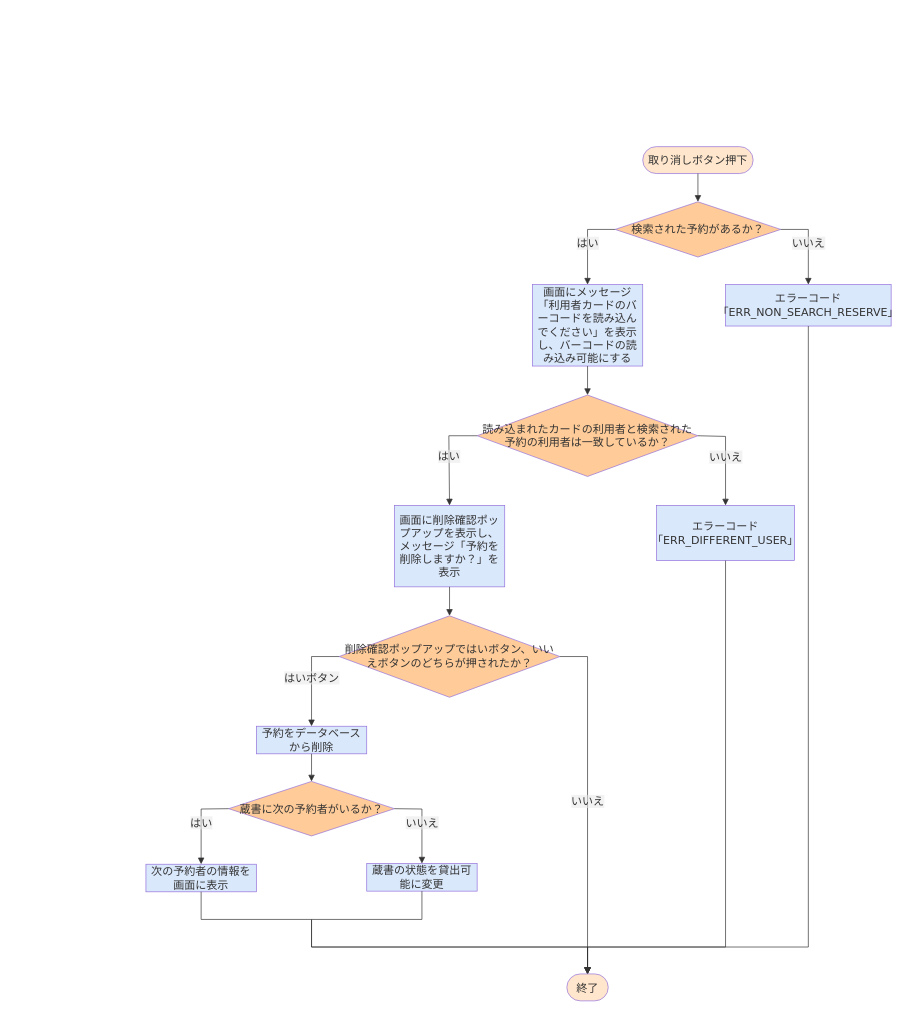
rs002421-creator/- keeps this draw.io diagram as 詳細設計書/7班/flowchart/予約取り消し.drawio. Above is the earlier version. Source tidied: cells renumbered, new cells numbered last; positions are measured from the earlier drawing's top-left corner, leaving out a move shared by most shapes. Both pictures are drawn from the tidied source at 69%, with x=0, y=0 at pixel (146, 146).
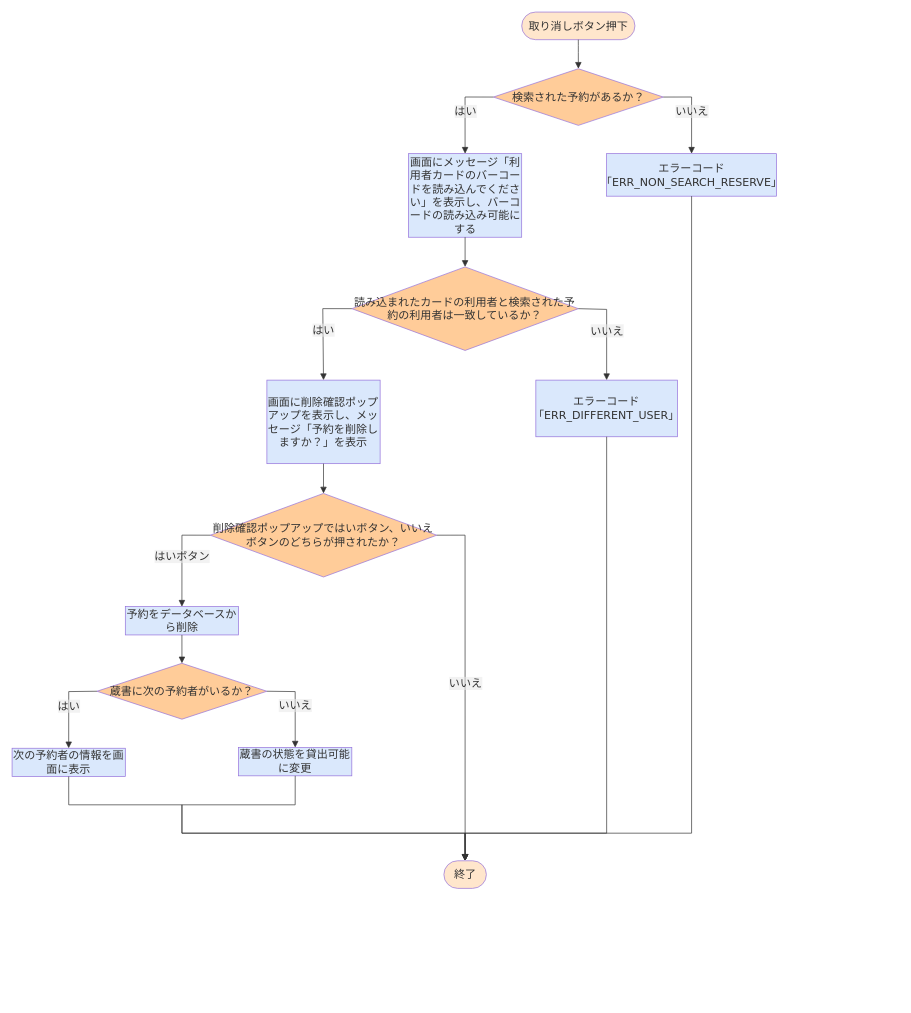
Above is the later version.

Diff of the diagram source:
```diff
@@
+    <mxCell id="31" style="group;fontSize=16;" parent="1" vertex="1">
+      <mxGeometry x="-194" y="-195" width="1107.9" height="1270" as="geometry" />
+    </mxCell>
-    <mxCell id="2" value="取り消しボタン押下" style="html=1;rounded=1;whiteSpace=wrap;arcSize=50;strokeWidth=1;fillColor=light-dark(#FFE6CC,#1F2020);strokeColor=light-dark(#9370DB,#cccccc);fontColor=light-dark(#333333,#cccccc);fontFamily=Trebuchet MS,Verdana,Arial,sans-serif;fontSize=16;" parent="1" vertex="1">
-      <mxGeometry x="720" width="160" height="39" as="geometry" />
+    <mxCell id="2" value="取り消しボタン押下" style="html=1;rounded=1;whiteSpace=wrap;arcSize=50;strokeWidth=1;fillColor=light-dark(#FFE6CC,#1F2020);strokeColor=light-dark(#9370DB,#cccccc);fontColor=light-dark(#333333,#cccccc);fontFamily=Trebuchet MS,Verdana,Arial,sans-serif;fontSize=16;" parent="31" vertex="1">
+      <mxGeometry x="738.6" width="164.1" height="40" as="geometry" />
     </mxCell>
-    <mxCell id="3" value="検索された予約があるか？" style="rhombus;html=1;strokeWidth=1;whiteSpace=wrap;fillColor=light-dark(#FFCC99,#1F2020);strokeColor=light-dark(#9370DB,#cccccc);fontColor=light-dark(#333333,#cccccc);fontFamily=Trebuchet MS,Verdana,Arial,sans-serif;fontSize=16;" parent="1" vertex="1">
-      <mxGeometry x="680" y="80" width="240" height="80" as="geometry" />
+    <mxCell id="3" value="検索された予約があるか？" style="rhombus;html=1;strokeWidth=1;whiteSpace=wrap;fillColor=light-dark(#FFCC99,#1F2020);strokeColor=light-dark(#9370DB,#cccccc);fontColor=light-dark(#333333,#cccccc);fontFamily=Trebuchet MS,Verdana,Arial,sans-serif;fontSize=16;" parent="31" vertex="1">
+      <mxGeometry x="697.6" y="82.1" width="246.2" height="82.1" as="geometry" />
     </mxCell>
-    <mxCell id="4" value="画面にメッセージ「利用者カードのバーコードを読み込んでください」を表示し、バーコードの読み込み可能にする" style="html=1;whiteSpace=wrap;strokeWidth=1;fillColor=light-dark(#DAE8FC,#1F2020);strokeColor=light-dark(#9370DB,#cccccc);fontColor=light-dark(#333333,#cccccc);fontFamily=Trebuchet MS,Verdana,Arial,sans-serif;fontSize=16;" parent="1" vertex="1">
-      <mxGeometry x="560" y="200" width="160" height="118" as="geometry" />
+    <mxCell id="4" value="画面にメッセージ「利用者カードのバーコードを読み込んでください」を表示し、バーコードの読み込み可能にする" style="html=1;whiteSpace=wrap;strokeWidth=1;fillColor=light-dark(#DAE8FC,#1F2020);strokeColor=light-dark(#9370DB,#cccccc);fontColor=light-dark(#333333,#cccccc);fontFamily=Trebuchet MS,Verdana,Arial,sans-serif;fontSize=16;" parent="31" vertex="1">
+      <mxGeometry x="574.5" y="205.2" width="164.1" height="121.1" as="geometry" />
     </mxCell>
-    <mxCell id="5" value="エラーコード「ERR_NON_SEARCH_RESERVE」" style="html=1;whiteSpace=wrap;strokeWidth=1;fillColor=light-dark(#DAE8FC,#1F2020);strokeColor=light-dark(#9370DB,#CCCCCC);fontColor=light-dark(#333333,#cccccc);fontFamily=Trebuchet MS,Verdana,Arial,sans-serif;fontSize=16;perimeterSpacing=0;" parent="1" vertex="1">
-      <mxGeometry x="840" y="200" width="240" height="60" as="geometry" />
+    <mxCell id="5" value="エラーコード「ERR_NON_SEARCH_RESERVE」" style="html=1;whiteSpace=wrap;strokeWidth=1;fillColor=light-dark(#DAE8FC,#1F2020);strokeColor=light-dark(#9370DB,#CCCCCC);fontColor=light-dark(#333333,#cccccc);fontFamily=Trebuchet MS,Verdana,Arial,sans-serif;fontSize=16;perimeterSpacing=0;" parent="31" vertex="1">
+      <mxGeometry x="861.7" y="205.2" width="246.2" height="61.6" as="geometry" />
     </mxCell>
-    <mxCell id="6" value="読み込まれたカードの利用者と検索された予約の利用者は一致しているか？" style="rhombus;html=1;strokeWidth=1;whiteSpace=wrap;fillColor=light-dark(#FFCC99,#1F2020);strokeColor=light-dark(#9370DB,#cccccc);fontColor=light-dark(#333333,#cccccc);fontFamily=Trebuchet MS,Verdana,Arial,sans-serif;fontSize=16;" parent="1" vertex="1">
-      <mxGeometry x="480" y="360" width="320" height="118" as="geometry" />
+    <mxCell id="6" value="読み込まれたカードの利用者と検索された予約の利用者は一致しているか？" style="rhombus;html=1;strokeWidth=1;whiteSpace=wrap;fillColor=light-dark(#FFCC99,#1F2020);strokeColor=light-dark(#9370DB,#cccccc);fontColor=light-dark(#333333,#cccccc);fontFamily=Trebuchet MS,Verdana,Arial,sans-serif;fontSize=16;" parent="31" vertex="1">
+      <mxGeometry x="492.4" y="369.3" width="328.3" height="121.1" as="geometry" />
     </mxCell>
-    <mxCell id="7" value="画面に削除確認ポップアップを表示し、メッセージ「予約を削除しますか？」を表示" style="html=1;whiteSpace=wrap;strokeWidth=1;fillColor=light-dark(#DAE8FC,#1F2020);strokeColor=light-dark(#9370DB,#cccccc);fontColor=light-dark(#333333,#cccccc);fontFamily=Trebuchet MS,Verdana,Arial,sans-serif;fontSize=16;" parent="1" vertex="1">
-      <mxGeometry x="360" y="520" width="160" height="118" as="geometry" />
+    <mxCell id="7" value="画面に削除確認ポップアップを表示し、メッセージ「予約を削除しますか？」を表示" style="html=1;whiteSpace=wrap;strokeWidth=1;fillColor=light-dark(#DAE8FC,#1F2020);strokeColor=light-dark(#9370DB,#cccccc);fontColor=light-dark(#333333,#cccccc);fontFamily=Trebuchet MS,Verdana,Arial,sans-serif;fontSize=16;" parent="31" vertex="1">
+      <mxGeometry x="369.3" y="533.4" width="164.1" height="121.1" as="geometry" />
     </mxCell>
-    <mxCell id="8" value="エラーコード「ERR_DIFFERENT_USER」" style="html=1;whiteSpace=wrap;strokeWidth=1;fillColor=light-dark(#DAE8FC,#1F2020);strokeColor=light-dark(#9370DB,#cccccc);fontColor=light-dark(#333333,#cccccc);fontFamily=Trebuchet MS,Verdana,Arial,sans-serif;fontSize=16;" parent="1" vertex="1">
-      <mxGeometry x="740" y="520" width="200" height="80" as="geometry" />
+    <mxCell id="8" value="エラーコード「ERR_DIFFERENT_USER」" style="html=1;whiteSpace=wrap;strokeWidth=1;fillColor=light-dark(#DAE8FC,#1F2020);strokeColor=light-dark(#9370DB,#cccccc);fontColor=light-dark(#333333,#cccccc);fontFamily=Trebuchet MS,Verdana,Arial,sans-serif;fontSize=16;" parent="31" vertex="1">
+      <mxGeometry x="759.1" y="533.4" width="205.2" height="82.1" as="geometry" />
     </mxCell>
-    <mxCell id="9" value="削除確認ポップアップではいボタン、いいえボタンのどちらが押されたか？" style="rhombus;html=1;strokeWidth=1;whiteSpace=wrap;fillColor=light-dark(#FFCC99,#1F2020);strokeColor=light-dark(#9370DB,#cccccc);fontColor=light-dark(#333333,#cccccc);fontFamily=Trebuchet MS,Verdana,Arial,sans-serif;fontSize=16;" parent="1" vertex="1">
-      <mxGeometry x="280" y="680" width="320" height="118" as="geometry" />
+    <mxCell id="9" value="削除確認ポップアップではいボタン、いいえボタンのどちらが押されたか？" style="rhombus;html=1;strokeWidth=1;whiteSpace=wrap;fillColor=light-dark(#FFCC99,#1F2020);strokeColor=light-dark(#9370DB,#cccccc);fontColor=light-dark(#333333,#cccccc);fontFamily=Trebuchet MS,Verdana,Arial,sans-serif;fontSize=16;" parent="31" vertex="1">
+      <mxGeometry x="287.2" y="697.6" width="328.3" height="121.1" as="geometry" />
     </mxCell>
-    <mxCell id="10" value="予約をデータベースから削除" style="html=1;whiteSpace=wrap;strokeWidth=1;fillColor=light-dark(#DAE8FC,#1F2020);strokeColor=light-dark(#9370DB,#cccccc);fontColor=light-dark(#333333,#cccccc);fontFamily=Trebuchet MS,Verdana,Arial,sans-serif;fontSize=16;" parent="1" vertex="1">
-      <mxGeometry x="160" y="840" width="160" height="40" as="geometry" />
+    <mxCell id="10" value="予約をデータベースから削除" style="html=1;whiteSpace=wrap;strokeWidth=1;fillColor=light-dark(#DAE8FC,#1F2020);strokeColor=light-dark(#9370DB,#cccccc);fontColor=light-dark(#333333,#cccccc);fontFamily=Trebuchet MS,Verdana,Arial,sans-serif;fontSize=16;" parent="31" vertex="1">
+      <mxGeometry x="164.1" y="861.7" width="164.1" height="41" as="geometry" />
     </mxCell>
-    <mxCell id="11" value="蔵書に次の予約者がいるか？" style="rhombus;html=1;strokeWidth=1;whiteSpace=wrap;fillColor=light-dark(#FFCC99,#1F2020);strokeColor=light-dark(#9370DB,#cccccc);fontColor=light-dark(#333333,#cccccc);fontFamily=Trebuchet MS,Verdana,Arial,sans-serif;fontSize=16;" parent="1" vertex="1">
-      <mxGeometry x="120" y="920" width="240" height="79" as="geometry" />
+    <mxCell id="11" value="蔵書に次の予約者がいるか？" style="rhombus;html=1;strokeWidth=1;whiteSpace=wrap;fillColor=light-dark(#FFCC99,#1F2020);strokeColor=light-dark(#9370DB,#cccccc);fontColor=light-dark(#333333,#cccccc);fontFamily=Trebuchet MS,Verdana,Arial,sans-serif;fontSize=16;" parent="31" vertex="1">
+      <mxGeometry x="123.1" y="943.8" width="246.2" height="81" as="geometry" />
     </mxCell>
-    <mxCell id="12" value="次の予約者の情報を画面に表示" style="html=1;whiteSpace=wrap;strokeWidth=1;fillColor=light-dark(#DAE8FC,#1F2020);strokeColor=light-dark(#9370DB,#cccccc);fontColor=light-dark(#333333,#cccccc);fontFamily=Trebuchet MS,Verdana,Arial,sans-serif;fontSize=16;" parent="1" vertex="1">
-      <mxGeometry y="1040" width="160" height="40" as="geometry" />
+    <mxCell id="12" value="次の予約者の情報を画面に表示" style="html=1;whiteSpace=wrap;strokeWidth=1;fillColor=light-dark(#DAE8FC,#1F2020);strokeColor=light-dark(#9370DB,#cccccc);fontColor=light-dark(#333333,#cccccc);fontFamily=Trebuchet MS,Verdana,Arial,sans-serif;fontSize=16;" parent="31" vertex="1">
+      <mxGeometry y="1066.9" width="164.1" height="41" as="geometry" />
     </mxCell>
-    <mxCell id="13" value="蔵書の状態を貸出可能に変更" style="html=1;whiteSpace=wrap;strokeWidth=1;fillColor=light-dark(#DAE8FC,#1F2020);strokeColor=light-dark(#9370DB,#cccccc);fontColor=light-dark(#333333,#cccccc);fontFamily=Trebuchet MS,Verdana,Arial,sans-serif;fontSize=16;" parent="1" vertex="1">
-      <mxGeometry x="320" y="1039" width="160" height="40" as="geometry" />
+    <mxCell id="13" value="蔵書の状態を貸出可能に変更" style="html=1;whiteSpace=wrap;strokeWidth=1;fillColor=light-dark(#DAE8FC,#1F2020);strokeColor=light-dark(#9370DB,#cccccc);fontColor=light-dark(#333333,#cccccc);fontFamily=Trebuchet MS,Verdana,Arial,sans-serif;fontSize=16;" parent="31" vertex="1">
+      <mxGeometry x="328.3" y="1065.9" width="164.1" height="41" as="geometry" />
     </mxCell>
-    <mxCell id="14" value="終了" style="html=1;rounded=1;whiteSpace=wrap;arcSize=50;strokeWidth=1;fillColor=light-dark(#FFE6CC,#1F2020);strokeColor=light-dark(#9370DB,#cccccc);fontColor=light-dark(#333333,#cccccc);fontFamily=Trebuchet MS,Verdana,Arial,sans-serif;fontSize=16;" parent="1" vertex="1">
-      <mxGeometry x="610" y="1199" width="60" height="39" as="geometry" />
+    <mxCell id="14" value="終了" style="html=1;rounded=1;whiteSpace=wrap;arcSize=50;strokeWidth=1;fillColor=light-dark(#FFE6CC,#1F2020);strokeColor=light-dark(#9370DB,#cccccc);fontColor=light-dark(#333333,#cccccc);fontFamily=Trebuchet MS,Verdana,Arial,sans-serif;fontSize=16;" parent="31" vertex="1">
+      <mxGeometry x="625.8" y="1230" width="61.6" height="40" as="geometry" />
     </mxCell>
-    <mxCell id="15" style="curved=1;startArrow=none;endArrow=block;endSize=7;strokeColor=light-dark(#333333,#cccccc);exitX=0.5;exitY=1;entryX=0.5;entryY=0;rounded=0;" parent="1" edge="1" source="2" target="3">
+    <mxCell id="15" style="curved=1;startArrow=none;endArrow=block;endSize=7;strokeColor=light-dark(#333333,#cccccc);exitX=0.5;exitY=1;entryX=0.5;entryY=0;rounded=0;fontSize=16;" parent="31" edge="1" source="2" target="3">
       <mxGeometry relative="1" as="geometry" />
     </mxCell>
-    <mxCell id="16" value="はい" style="curved=0;startArrow=none;endArrow=block;endSize=7;strokeColor=light-dark(#333333,#cccccc);html=1;fontSize=16;labelBackgroundColor=light-dark(#E8E8E88D,#2a2a2a8D);fontFamily=Trebuchet MS,Verdana,Arial,sans-serif;fontColor=light-dark(#333333,#cccccc);exitX=0;exitY=0.5;entryX=0.5;entryY=0;rounded=0;exitDx=0;exitDy=0;" parent="1" edge="1" source="3" target="4">
+    <mxCell id="16" value="はい" style="curved=0;startArrow=none;endArrow=block;endSize=7;strokeColor=light-dark(#333333,#cccccc);html=1;fontSize=16;labelBackgroundColor=light-dark(#E8E8E88D,#2a2a2a8D);fontFamily=Trebuchet MS,Verdana,Arial,sans-serif;fontColor=light-dark(#333333,#cccccc);exitX=0;exitY=0.5;entryX=0.5;entryY=0;rounded=0;exitDx=0;exitDy=0;" parent="31" edge="1" source="3" target="4">
       <mxGeometry relative="1" as="geometry">
         <Array as="points">
-          <mxPoint x="640" y="120" />
+          <mxPoint x="656.5" y="123.1" />
         </Array>
       </mxGeometry>
     </mxCell>
-    <mxCell id="17" value="いいえ" style="curved=0;startArrow=none;endArrow=block;endSize=7;strokeColor=light-dark(#333333,#cccccc);html=1;fontSize=16;labelBackgroundColor=light-dark(#E8E8E88D,#2a2a2a8D);fontFamily=Trebuchet MS,Verdana,Arial,sans-serif;fontColor=light-dark(#333333,#cccccc);exitX=1;exitY=0.5;entryX=0.5;entryY=0;rounded=0;exitDx=0;exitDy=0;" parent="1" edge="1" source="3" target="5">
+    <mxCell id="17" value="いいえ" style="curved=0;startArrow=none;endArrow=block;endSize=7;strokeColor=light-dark(#333333,#cccccc);html=1;fontSize=16;labelBackgroundColor=light-dark(#E8E8E88D,#2a2a2a8D);fontFamily=Trebuchet MS,Verdana,Arial,sans-serif;fontColor=light-dark(#333333,#cccccc);exitX=1;exitY=0.5;entryX=0.5;entryY=0;rounded=0;exitDx=0;exitDy=0;" parent="31" edge="1" source="3" target="5">
       <mxGeometry relative="1" as="geometry">
         <Array as="points">
-          <mxPoint x="960" y="120" />
+          <mxPoint x="984.8" y="123.1" />
         </Array>
       </mxGeometry>
     </mxCell>
-    <mxCell id="18" style="curved=0;startArrow=none;endArrow=block;endSize=7;strokeColor=light-dark(#333333,#cccccc);exitX=0.5;exitY=1;entryX=0.5;entryY=0;rounded=0;" parent="1" edge="1" source="4" target="6">
+    <mxCell id="18" style="curved=0;startArrow=none;endArrow=block;endSize=7;strokeColor=light-dark(#333333,#cccccc);exitX=0.5;exitY=1;entryX=0.5;entryY=0;rounded=0;fontSize=16;" parent="31" edge="1" source="4" target="6">
       <mxGeometry relative="1" as="geometry" />
     </mxCell>
-    <mxCell id="19" value="はい" style="curved=0;startArrow=none;endArrow=block;endSize=7;strokeColor=light-dark(#333333,#cccccc);html=1;fontSize=16;labelBackgroundColor=light-dark(#E8E8E88D,#2a2a2a8D);fontFamily=Trebuchet MS,Verdana,Arial,sans-serif;fontColor=light-dark(#333333,#cccccc);exitX=0;exitY=0.5;entryX=0.5;entryY=0;rounded=0;exitDx=0;exitDy=0;" parent="1" edge="1" source="6" target="7">
+    <mxCell id="19" value="はい" style="curved=0;startArrow=none;endArrow=block;endSize=7;strokeColor=light-dark(#333333,#cccccc);html=1;fontSize=16;labelBackgroundColor=light-dark(#E8E8E88D,#2a2a2a8D);fontFamily=Trebuchet MS,Verdana,Arial,sans-serif;fontColor=light-dark(#333333,#cccccc);exitX=0;exitY=0.5;entryX=0.5;entryY=0;rounded=0;exitDx=0;exitDy=0;" parent="31" edge="1" source="6" target="7">
       <mxGeometry relative="1" as="geometry">
         <Array as="points">
-          <mxPoint x="439" y="419" />
+          <mxPoint x="450.3" y="429.8" />
         </Array>
       </mxGeometry>
     </mxCell>
-    <mxCell id="20" value="いいえ" style="curved=0;startArrow=none;endArrow=block;endSize=7;strokeColor=light-dark(#333333,#cccccc);html=1;fontSize=16;labelBackgroundColor=light-dark(#E8E8E88D,#2a2a2a8D);fontFamily=Trebuchet MS,Verdana,Arial,sans-serif;fontColor=light-dark(#333333,#cccccc);exitX=1;exitY=0.5;entryX=0.5;entryY=0;rounded=0;exitDx=0;exitDy=0;" parent="1" edge="1" source="6" target="8">
+    <mxCell id="20" value="いいえ" style="curved=0;startArrow=none;endArrow=block;endSize=7;strokeColor=light-dark(#333333,#cccccc);html=1;fontSize=16;labelBackgroundColor=light-dark(#E8E8E88D,#2a2a2a8D);fontFamily=Trebuchet MS,Verdana,Arial,sans-serif;fontColor=light-dark(#333333,#cccccc);exitX=1;exitY=0.5;entryX=0.5;entryY=0;rounded=0;exitDx=0;exitDy=0;" parent="31" edge="1" source="6" target="8">
       <mxGeometry relative="1" as="geometry">
         <Array as="points">
-          <mxPoint x="840" y="420" />
+          <mxPoint x="861.7" y="430.9" />
         </Array>
       </mxGeometry>
     </mxCell>
-    <mxCell id="21" style="curved=0;startArrow=none;endArrow=block;endSize=7;strokeColor=light-dark(#333333,#cccccc);exitX=0.5;exitY=1;entryX=0.5;entryY=0;rounded=0;" parent="1" edge="1" source="7" target="9">
+    <mxCell id="21" style="curved=0;startArrow=none;endArrow=block;endSize=7;strokeColor=light-dark(#333333,#cccccc);exitX=0.5;exitY=1;entryX=0.5;entryY=0;rounded=0;fontSize=16;" parent="31" edge="1" source="7" target="9">
       <mxGeometry relative="1" as="geometry" />
     </mxCell>
-    <mxCell id="22" value="はいボタン" style="curved=0;startArrow=none;endArrow=block;endSize=7;strokeColor=light-dark(#333333,#cccccc);html=1;fontSize=16;labelBackgroundColor=light-dark(#E8E8E88D,#2a2a2a8D);fontFamily=Trebuchet MS,Verdana,Arial,sans-serif;fontColor=light-dark(#333333,#cccccc);exitX=0;exitY=0.5;entryX=0.5;entryY=0;rounded=0;exitDx=0;exitDy=0;" parent="1" edge="1" source="9" target="10">
+    <mxCell id="22" value="はいボタン" style="curved=0;startArrow=none;endArrow=block;endSize=7;strokeColor=light-dark(#333333,#cccccc);html=1;fontSize=16;labelBackgroundColor=light-dark(#E8E8E88D,#2a2a2a8D);fontFamily=Trebuchet MS,Verdana,Arial,sans-serif;fontColor=light-dark(#333333,#cccccc);exitX=0;exitY=0.5;entryX=0.5;entryY=0;rounded=0;exitDx=0;exitDy=0;" parent="31" edge="1" source="9" target="10">
       <mxGeometry relative="1" as="geometry">
         <Array as="points">
-          <mxPoint x="240" y="739" />
+          <mxPoint x="246.2" y="758.1" />
         </Array>
       </mxGeometry>
     </mxCell>
-    <mxCell id="23" style="curved=0;startArrow=none;endArrow=block;endSize=7;strokeColor=light-dark(#333333,#cccccc);exitX=0.5;exitY=1;entryX=0.5;entryY=0;rounded=0;" parent="1" edge="1" source="10" target="11">
+    <mxCell id="23" style="curved=0;startArrow=none;endArrow=block;endSize=7;strokeColor=light-dark(#333333,#cccccc);exitX=0.5;exitY=1;entryX=0.5;entryY=0;rounded=0;fontSize=16;" parent="31" edge="1" source="10" target="11">
       <mxGeometry relative="1" as="geometry" />
     </mxCell>
-    <mxCell id="24" value="はい" style="curved=0;startArrow=none;endArrow=block;endSize=7;strokeColor=light-dark(#333333,#cccccc);html=1;fontSize=16;labelBackgroundColor=light-dark(#E8E8E88D,#2a2a2a8D);fontFamily=Trebuchet MS,Verdana,Arial,sans-serif;fontColor=light-dark(#333333,#cccccc);exitX=0;exitY=0.5;entryX=0.5;entryY=0;rounded=0;exitDx=0;exitDy=0;" parent="1" edge="1" source="11" target="12">
+    <mxCell id="24" value="はい" style="curved=0;startArrow=none;endArrow=block;endSize=7;strokeColor=light-dark(#333333,#cccccc);html=1;fontSize=16;labelBackgroundColor=light-dark(#E8E8E88D,#2a2a2a8D);fontFamily=Trebuchet MS,Verdana,Arial,sans-serif;fontColor=light-dark(#333333,#cccccc);exitX=0;exitY=0.5;entryX=0.5;entryY=0;rounded=0;exitDx=0;exitDy=0;" parent="31" edge="1" source="11" target="12">
       <mxGeometry relative="1" as="geometry">
         <Array as="points">
-          <mxPoint x="80" y="960" />
+          <mxPoint x="82.1" y="984.8" />
         </Array>
       </mxGeometry>
     </mxCell>
-    <mxCell id="25" value="いいえ" style="curved=0;startArrow=none;endArrow=block;endSize=7;strokeColor=light-dark(#333333,#cccccc);html=1;fontSize=16;labelBackgroundColor=light-dark(#E8E8E88D,#2a2a2a8D);fontFamily=Trebuchet MS,Verdana,Arial,sans-serif;fontColor=light-dark(#333333,#cccccc);exitX=1;exitY=0.5;entryX=0.5;entryY=0;rounded=0;exitDx=0;exitDy=0;" parent="1" edge="1" source="11" target="13">
+    <mxCell id="25" value="いいえ" style="curved=0;startArrow=none;endArrow=block;endSize=7;strokeColor=light-dark(#333333,#cccccc);html=1;fontSize=16;labelBackgroundColor=light-dark(#E8E8E88D,#2a2a2a8D);fontFamily=Trebuchet MS,Verdana,Arial,sans-serif;fontColor=light-dark(#333333,#cccccc);exitX=1;exitY=0.5;entryX=0.5;entryY=0;rounded=0;exitDx=0;exitDy=0;" parent="31" edge="1" source="11" target="13">
       <mxGeometry relative="1" as="geometry">
         <Array as="points">
-          <mxPoint x="400" y="960" />
+          <mxPoint x="410.3" y="984.8" />
         </Array>
       </mxGeometry>
     </mxCell>
-    <mxCell id="26" style="curved=0;startArrow=none;endArrow=block;endSize=7;strokeColor=light-dark(#333333,#cccccc);exitX=0.5;exitY=1;entryX=0.5;entryY=0;rounded=0;entryDx=0;entryDy=0;" parent="1" edge="1" source="12" target="14">
+    <mxCell id="26" style="curved=0;startArrow=none;endArrow=block;endSize=7;strokeColor=light-dark(#333333,#cccccc);exitX=0.5;exitY=1;entryX=0.5;entryY=0;rounded=0;entryDx=0;entryDy=0;fontSize=16;" parent="31" edge="1" source="12" target="14">
       <mxGeometry relative="1" as="geometry">
         <Array as="points">
-          <mxPoint x="80" y="1120" />
-          <mxPoint x="240" y="1120" />
-          <mxPoint x="240" y="1160" />
-          <mxPoint x="640" y="1160" />
+          <mxPoint x="82.1" y="1148.9" />
+          <mxPoint x="246.2" y="1148.9" />
+          <mxPoint x="246.2" y="1190" />
+          <mxPoint x="656.5" y="1190" />
         </Array>
       </mxGeometry>
     </mxCell>
-    <mxCell id="27" style="curved=0;startArrow=none;endArrow=block;endSize=7;strokeColor=light-dark(#333333,#cccccc);exitX=0.5;exitY=1;entryX=0.5;entryY=0;rounded=0;entryDx=0;entryDy=0;" parent="1" edge="1" source="5" target="14">
+    <mxCell id="27" style="curved=0;startArrow=none;endArrow=block;endSize=7;strokeColor=light-dark(#333333,#cccccc);exitX=0.5;exitY=1;entryX=0.5;entryY=0;rounded=0;entryDx=0;entryDy=0;fontSize=16;" parent="31" edge="1" source="5" target="14">
       <mxGeometry relative="1" as="geometry">
         <Array as="points">
-          <mxPoint x="960" y="1160" />
-          <mxPoint x="640" y="1160" />
+          <mxPoint x="984.8" y="1190" />
+          <mxPoint x="656.5" y="1190" />
         </Array>
       </mxGeometry>
     </mxCell>
-    <mxCell id="28" style="curved=0;startArrow=none;endArrow=block;endSize=7;strokeColor=light-dark(#333333,#cccccc);exitX=0.5;exitY=1;entryX=0.5;entryY=0;rounded=0;entryDx=0;entryDy=0;" parent="1" edge="1" source="13" target="14">
+    <mxCell id="28" style="curved=0;startArrow=none;endArrow=block;endSize=7;strokeColor=light-dark(#333333,#cccccc);exitX=0.5;exitY=1;entryX=0.5;entryY=0;rounded=0;entryDx=0;entryDy=0;fontSize=16;" parent="31" edge="1" source="13" target="14">
       <mxGeometry relative="1" as="geometry">
         <Array as="points">
-          <mxPoint x="400" y="1120" />
-          <mxPoint x="240" y="1120" />
-          <mxPoint x="240" y="1160" />
-          <mxPoint x="640" y="1160" />
+          <mxPoint x="410.3" y="1148.9" />
+          <mxPoint x="246.2" y="1148.9" />
+          <mxPoint x="246.2" y="1190" />
+          <mxPoint x="656.5" y="1190" />
         </Array>
       </mxGeometry>
     </mxCell>
-    <mxCell id="29" style="curved=0;startArrow=none;endArrow=block;endSize=7;strokeColor=light-dark(#333333,#cccccc);exitX=0.5;exitY=1;entryX=0.5;entryY=0;rounded=0;entryDx=0;entryDy=0;" parent="1" edge="1" source="8" target="14">
+    <mxCell id="29" style="curved=0;startArrow=none;endArrow=block;endSize=7;strokeColor=light-dark(#333333,#cccccc);exitX=0.5;exitY=1;entryX=0.5;entryY=0;rounded=0;entryDx=0;entryDy=0;fontSize=16;" parent="31" edge="1" source="8" target="14">
       <mxGeometry relative="1" as="geometry">
         <Array as="points">
-          <mxPoint x="840" y="1160" />
-          <mxPoint x="640" y="1160" />
+          <mxPoint x="861.7" y="1190" />
+          <mxPoint x="656.5" y="1190" />
         </Array>
       </mxGeometry>
     </mxCell>
-    <mxCell id="30" value="いいえ" style="curved=0;startArrow=none;endArrow=block;endSize=7;strokeColor=light-dark(#333333,#cccccc);html=1;fontSize=16;labelBackgroundColor=light-dark(#E8E8E88D,#2a2a2a8D);fontFamily=Trebuchet MS,Verdana,Arial,sans-serif;fontColor=light-dark(#333333,#cccccc);exitX=1;exitY=0.5;entryX=0.5;entryY=0;rounded=0;exitDx=0;exitDy=0;" parent="1" edge="1" source="9" target="14">
+    <mxCell id="30" value="いいえ" style="curved=0;startArrow=none;endArrow=block;endSize=7;strokeColor=light-dark(#333333,#cccccc);html=1;fontSize=16;labelBackgroundColor=light-dark(#E8E8E88D,#2a2a2a8D);fontFamily=Trebuchet MS,Verdana,Arial,sans-serif;fontColor=light-dark(#333333,#cccccc);exitX=1;exitY=0.5;entryX=0.5;entryY=0;rounded=0;exitDx=0;exitDy=0;" parent="31" edge="1" source="9" target="14">
       <mxGeometry relative="1" as="geometry">
         <Array as="points">
-          <mxPoint x="640" y="739" />
+          <mxPoint x="656.5" y="758.1" />
         </Array>
       </mxGeometry>
     </mxCell>
```
